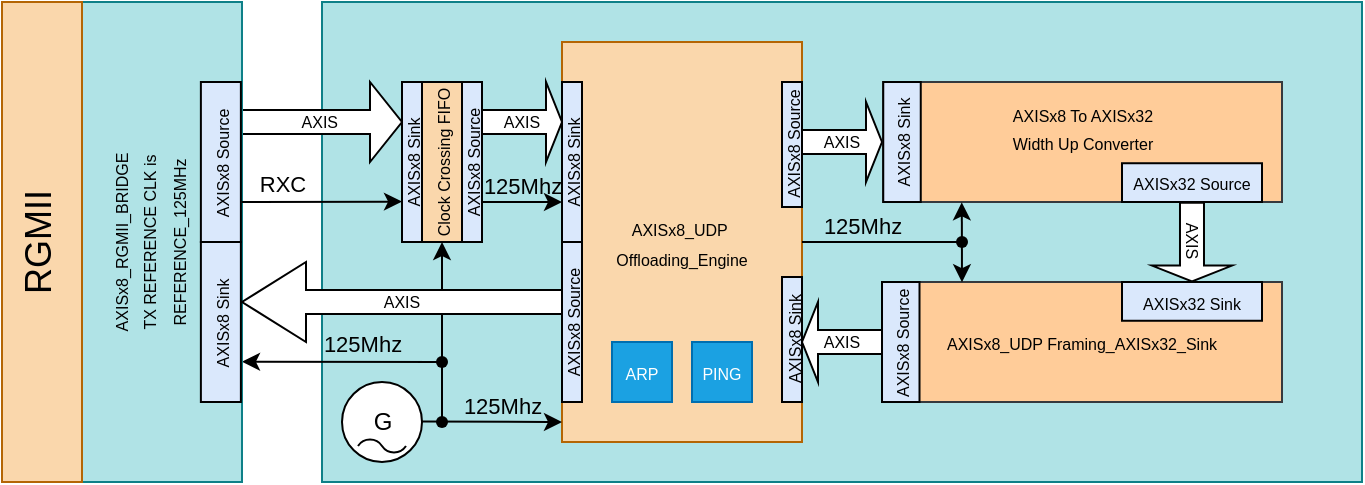
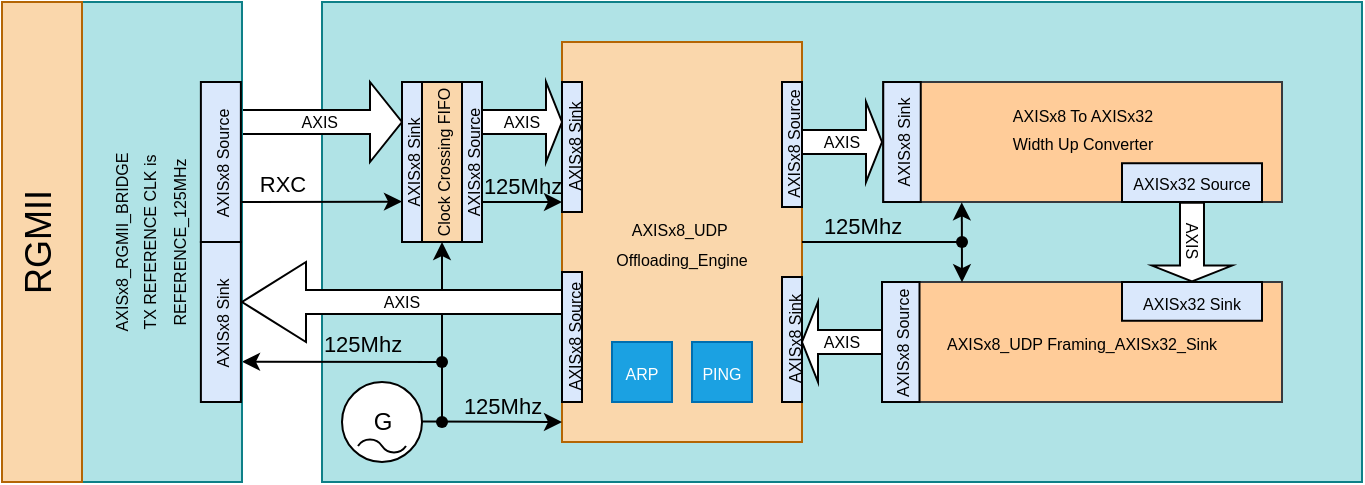
<mxfile host="Electron" agent="Mozilla/5.0 (Windows NT 10.0; Win64; x64) AppleWebKit/537.36 (KHTML, like Gecko) Chrome/147.0.0.0 Safari/537.36 OPR/131.0.0.0">
  <diagram name="Page-1" id="g0-s9DwC3oRhXUgsUFM5">
    <mxGraphModel dx="808" dy="485" grid="1" gridSize="10" guides="1" tooltips="1" connect="1" arrows="1" fold="1" page="1" pageScale="1" pageWidth="827" pageHeight="1169" math="0" shadow="0">
      <root>
        <mxCell id="0" />
        <mxCell id="1" parent="0" />
        <mxCell id="wT9U8shtDK8veMdne7O4-1" parent="1" style="rounded=0;whiteSpace=wrap;html=1;fillColor=#b0e3e6;strokeColor=#0e8088;" value="" vertex="1">
          <mxGeometry height="240" width="520" x="240" y="880" as="geometry" />
        </mxCell>
        <mxCell id="l-Vy5mzzBIYiazb95XEs-39" parent="1" style="shape=singleArrow;whiteSpace=wrap;html=1;fontSize=8;" value="AXIS&amp;nbsp;" vertex="1">
          <mxGeometry height="40" width="80" x="200" y="920" as="geometry" />
        </mxCell>
        <mxCell id="l-Vy5mzzBIYiazb95XEs-41" edge="1" parent="1" style="endArrow=classic;html=1;rounded=0;labelPosition=center;verticalLabelPosition=middle;align=center;verticalAlign=middle;" value="">
          <mxGeometry height="50" relative="1" width="50" as="geometry">
            <mxPoint x="300" y="1060" as="sourcePoint" />
            <mxPoint x="200" y="1059.85" as="targetPoint" />
          </mxGeometry>
        </mxCell>
        <mxCell id="l-Vy5mzzBIYiazb95XEs-42" parent="1" style="rounded=0;whiteSpace=wrap;html=1;fillColor=#b0e3e6;strokeColor=#0e8088;rotation=-90;" value="&lt;span style=&quot;font-size: 8px;&quot;&gt;AXISx8_RGMII_BRIDGE&lt;/span&gt;&lt;div&gt;&lt;span style=&quot;font-size: 8px;&quot;&gt;TX REFERENCE CLK is&lt;/span&gt;&lt;/div&gt;&lt;div&gt;&lt;span style=&quot;background-color: transparent; font-size: 8px;&quot;&gt;REFERENCE_125MHz&lt;/span&gt;&lt;/div&gt;&lt;div&gt;&lt;span style=&quot;background-color: transparent; font-size: 8px;&quot;&gt;&lt;br&gt;&lt;/span&gt;&lt;/div&gt;" vertex="1">
          <mxGeometry height="80" width="240" x="40" y="960" as="geometry" />
        </mxCell>
        <mxCell id="l-Vy5mzzBIYiazb95XEs-43" parent="1" style="rounded=0;whiteSpace=wrap;html=1;fillColor=#fad7ac;strokeColor=#b46504;" value="&lt;span style=&quot;font-size: 8px;&quot;&gt;AXISx8_UDP&amp;nbsp;&lt;/span&gt;&lt;div&gt;&lt;span style=&quot;font-size: 8px;&quot;&gt;Offloading_Engine&lt;/span&gt;&lt;/div&gt;" vertex="1">
          <mxGeometry height="200" width="120" x="360" y="900" as="geometry" />
        </mxCell>
        <mxCell id="l-Vy5mzzBIYiazb95XEs-44" parent="1" style="rounded=0;whiteSpace=wrap;html=1;fillColor=#ffcc99;strokeColor=#36393d;" value="&lt;span style=&quot;font-size: 8px;&quot;&gt;AXISx8_UDP Framing_AXISx32_Sink&lt;/span&gt;" vertex="1">
          <mxGeometry height="60" width="200" x="520" y="1020" as="geometry" />
        </mxCell>
        <mxCell id="l-Vy5mzzBIYiazb95XEs-45" parent="1" style="shape=singleArrow;whiteSpace=wrap;html=1;fontSize=8;" value="AXIS" vertex="1">
          <mxGeometry height="40" width="40" x="480" y="930" as="geometry" />
        </mxCell>
        <mxCell id="l-Vy5mzzBIYiazb95XEs-46" parent="1" style="shape=singleArrow;direction=west;whiteSpace=wrap;html=1;fontSize=8;" value="AXIS" vertex="1">
          <mxGeometry height="40" width="40" x="480" y="1030" as="geometry" />
        </mxCell>
        <mxCell id="l-Vy5mzzBIYiazb95XEs-51" parent="1" style="rounded=0;whiteSpace=wrap;html=1;textDirection=vertical-rl;rotation=-180;fillColor=#fad7ac;strokeColor=#b46504;fontSize=18;" value="RGMII" vertex="1">
          <mxGeometry height="240" width="40" x="80" y="880" as="geometry" />
        </mxCell>
        <mxCell id="l-Vy5mzzBIYiazb95XEs-52" edge="1" parent="1" style="endArrow=classic;html=1;rounded=0;exitX=1;exitY=0.4;exitDx=0;exitDy=0;exitPerimeter=0;labelPosition=center;verticalLabelPosition=top;align=center;verticalAlign=bottom;" value="">
          <mxGeometry height="50" relative="1" width="50" as="geometry">
            <Array as="points" />
            <mxPoint x="200" y="979.97" as="sourcePoint" />
            <mxPoint x="280" y="979.8" as="targetPoint" />
          </mxGeometry>
        </mxCell>
        <mxCell id="l-Vy5mzzBIYiazb95XEs-53" connectable="0" parent="l-Vy5mzzBIYiazb95XEs-52" style="edgeLabel;html=1;align=center;verticalAlign=bottom;resizable=0;points=[];labelBackgroundColor=none;labelBorderColor=none;labelPosition=center;verticalLabelPosition=top;" value="RXC" vertex="1">
          <mxGeometry relative="1" x="-0.695" y="-1" as="geometry">
            <mxPoint x="8" y="-1" as="offset" />
          </mxGeometry>
        </mxCell>
        <mxCell id="l-Vy5mzzBIYiazb95XEs-54" parent="1" style="rounded=0;whiteSpace=wrap;html=1;fillColor=#fad7ac;strokeColor=#000000;rotation=-90;" value="&lt;span style=&quot;font-size: 8px;&quot;&gt;Clock Crossing &lt;/span&gt;&lt;span style=&quot;color: light-dark(rgb(0, 0, 0), rgb(255, 255, 255)); background-color: transparent; font-size: 8px;&quot;&gt;FIFO&lt;/span&gt;" vertex="1">
          <mxGeometry height="20" width="80" x="260" y="950" as="geometry" />
        </mxCell>
        <mxCell id="l-Vy5mzzBIYiazb95XEs-55" parent="1" style="rounded=0;whiteSpace=wrap;html=1;fillColor=#dae8fc;strokeColor=#000000;rotation=-90;" value="&lt;span style=&quot;font-size: 8px;&quot;&gt;AXISx8&lt;/span&gt;&lt;span style=&quot;font-size: 8px;&quot;&gt; Sink&lt;/span&gt;" vertex="1">
          <mxGeometry height="10" width="80" x="245" y="955" as="geometry" />
        </mxCell>
        <mxCell id="l-Vy5mzzBIYiazb95XEs-56" parent="1" style="rounded=0;whiteSpace=wrap;html=1;fillColor=#dae8fc;strokeColor=#000000;rotation=-90;" value="&lt;span style=&quot;font-size: 8px;&quot;&gt;AXISx8 Source&lt;/span&gt;" vertex="1">
          <mxGeometry height="10" width="80" x="275" y="955" as="geometry" />
        </mxCell>
        <mxCell id="l-Vy5mzzBIYiazb95XEs-57" parent="1" style="shape=singleArrow;whiteSpace=wrap;html=1;fontSize=8;" value="AXIS" vertex="1">
          <mxGeometry height="40" width="40" x="320" y="920" as="geometry" />
        </mxCell>
        <mxCell id="l-Vy5mzzBIYiazb95XEs-58" edge="1" parent="1" style="endArrow=classic;html=1;rounded=0;exitX=1;exitY=0.4;exitDx=0;exitDy=0;exitPerimeter=0;labelPosition=center;verticalLabelPosition=top;align=center;verticalAlign=bottom;" value="">
          <mxGeometry height="50" relative="1" width="50" as="geometry">
            <Array as="points" />
            <mxPoint x="320" y="979.97" as="sourcePoint" />
            <mxPoint x="360" y="980" as="targetPoint" />
          </mxGeometry>
        </mxCell>
        <mxCell id="l-Vy5mzzBIYiazb95XEs-59" connectable="0" parent="1" style="edgeLabel;html=1;align=center;verticalAlign=bottom;resizable=0;points=[];labelBackgroundColor=none;labelBorderColor=none;labelPosition=center;verticalLabelPosition=top;fillColor=none;" value="&lt;span&gt;125Mhz&lt;/span&gt;" vertex="1">
          <mxGeometry x="340" y="980" as="geometry" />
        </mxCell>
        <mxCell id="l-Vy5mzzBIYiazb95XEs-60" connectable="0" parent="1" style="edgeLabel;html=1;align=center;verticalAlign=bottom;resizable=0;points=[];labelBackgroundColor=none;labelBorderColor=none;labelPosition=center;verticalLabelPosition=top;fillColor=none;" value="&lt;span&gt;125Mhz&lt;/span&gt;" vertex="1">
          <mxGeometry x="260" y="1059.85" as="geometry" />
        </mxCell>
        <mxCell id="l-Vy5mzzBIYiazb95XEs-61" parent="1" style="dashed=0;outlineConnect=0;align=center;html=1;shape=mxgraph.pid.engines.generator_(ac);fontSize=12;" value="G" vertex="1">
          <mxGeometry height="40" width="40" x="250" y="1070" as="geometry" />
        </mxCell>
        <mxCell id="l-Vy5mzzBIYiazb95XEs-62" parent="1" style="rounded=0;whiteSpace=wrap;html=1;fillColor=#dae8fc;strokeColor=#000000;rotation=-90;" value="&lt;span style=&quot;font-size: 8px;&quot;&gt;AXISx8&lt;/span&gt;&lt;span style=&quot;font-size: 8px;&quot;&gt;&amp;nbsp;Sink&lt;/span&gt;" vertex="1">
          <mxGeometry height="20" width="80" x="149.44" y="1030" as="geometry" />
        </mxCell>
        <mxCell id="l-Vy5mzzBIYiazb95XEs-63" parent="1" style="rounded=0;whiteSpace=wrap;html=1;fillColor=#dae8fc;strokeColor=#000000;rotation=-90;" value="&lt;span style=&quot;font-size: 8px;&quot;&gt;AXISx8 Source&lt;/span&gt;" vertex="1">
          <mxGeometry height="20" width="80" x="149.44" y="950" as="geometry" />
        </mxCell>
-         <mxCell id="l-Vy5mzzBIYiazb95XEs-64" parent="1" style="rounded=0;whiteSpace=wrap;html=1;fillColor=#dae8fc;strokeColor=#000000;rotation=-90;" value="&lt;span style=&quot;font-size: 8px;&quot;&gt;AXISx8&lt;/span&gt;&lt;span style=&quot;font-size: 8px;&quot;&gt; Sink&lt;/span&gt;" vertex="1">
-           <mxGeometry height="10" width="80" x="325" y="955" as="geometry" />
+         <mxCell id="l-Vy5mzzBIYiazb95XEs-64" parent="1" style="rounded=0;whiteSpace=wrap;html=1;fillColor=#dae8fc;strokeColor=#000000;rotation=-90;verticalAlign=middle;" value="&lt;span style=&quot;font-size: 8px;&quot;&gt;AXISx8&lt;/span&gt;&lt;span style=&quot;font-size: 8px;&quot;&gt; Sink&lt;/span&gt;" vertex="1">
+           <mxGeometry height="10" width="65" x="332.5" y="947.5" as="geometry" />
        </mxCell>
        <mxCell id="l-Vy5mzzBIYiazb95XEs-65" parent="1" style="rounded=0;whiteSpace=wrap;html=1;fillColor=#dae8fc;strokeColor=#000000;rotation=-90;" value="&lt;span style=&quot;font-size: 8px;&quot;&gt;AXISx8 Source&lt;/span&gt;" vertex="1">
-           <mxGeometry height="10" width="80" x="325" y="1035" as="geometry" />
+           <mxGeometry height="10" width="65" x="332.5" y="1042.5" as="geometry" />
        </mxCell>
        <mxCell id="l-Vy5mzzBIYiazb95XEs-66" parent="1" style="rounded=0;whiteSpace=wrap;html=1;fillColor=#dae8fc;strokeColor=#000000;rotation=-90;" value="&lt;span style=&quot;font-size: 8px;&quot;&gt;AXISx8 Source&lt;/span&gt;" vertex="1">
          <mxGeometry height="10" width="62.5" x="443.75" y="946.25" as="geometry" />
        </mxCell>
        <mxCell id="l-Vy5mzzBIYiazb95XEs-67" parent="1" style="rounded=0;whiteSpace=wrap;html=1;fillColor=#dae8fc;strokeColor=#000000;rotation=-90;" value="&lt;span style=&quot;font-size: 8px;&quot;&gt;AXISx8&lt;/span&gt;&lt;span style=&quot;font-size: 8px;&quot;&gt; Sink&lt;/span&gt;" vertex="1">
          <mxGeometry height="10" width="62.5" x="443.75" y="1043.75" as="geometry" />
        </mxCell>
        <mxCell id="l-Vy5mzzBIYiazb95XEs-68" connectable="0" parent="1" style="edgeLabel;html=1;align=center;verticalAlign=bottom;resizable=0;points=[];labelBackgroundColor=none;labelBorderColor=none;labelPosition=center;verticalLabelPosition=top;fillColor=none;" value="&lt;span&gt;125Mhz&lt;/span&gt;" vertex="1">
          <mxGeometry x="510" y="1000" as="geometry" />
        </mxCell>
        <mxCell id="l-Vy5mzzBIYiazb95XEs-69" edge="1" parent="1" style="endArrow=classic;html=1;rounded=0;exitX=1;exitY=0.4;exitDx=0;exitDy=0;exitPerimeter=0;" value="">
          <mxGeometry height="50" relative="1" width="50" as="geometry">
            <Array as="points" />
            <mxPoint x="290" y="1089.8" as="sourcePoint" />
            <mxPoint x="360" y="1090" as="targetPoint" />
          </mxGeometry>
        </mxCell>
        <mxCell id="l-Vy5mzzBIYiazb95XEs-70" connectable="0" parent="1" style="edgeLabel;html=1;align=center;verticalAlign=bottom;resizable=0;points=[];labelBackgroundColor=none;labelBorderColor=none;labelPosition=center;verticalLabelPosition=top;fillColor=none;" value="&lt;span&gt;125Mhz&lt;/span&gt;" vertex="1">
          <mxGeometry x="330" y="1090" as="geometry" />
        </mxCell>
        <mxCell id="l-Vy5mzzBIYiazb95XEs-71" edge="1" parent="1" source="l-Vy5mzzBIYiazb95XEs-76" style="endArrow=none;html=1;rounded=0;" value="">
          <mxGeometry height="50" relative="1" width="50" as="geometry">
            <mxPoint x="300" y="1090" as="sourcePoint" />
            <mxPoint x="300" y="1060" as="targetPoint" />
          </mxGeometry>
        </mxCell>
        <mxCell id="l-Vy5mzzBIYiazb95XEs-72" edge="1" parent="1" style="endArrow=none;html=1;rounded=0;" target="l-Vy5mzzBIYiazb95XEs-73" value="">
          <mxGeometry height="50" relative="1" width="50" as="geometry">
            <mxPoint x="300" y="1090" as="sourcePoint" />
            <mxPoint x="300" y="1060" as="targetPoint" />
          </mxGeometry>
        </mxCell>
        <mxCell id="l-Vy5mzzBIYiazb95XEs-73" parent="1" style="shape=waypoint;sketch=0;fillStyle=solid;size=6;pointerEvents=1;points=[];fillColor=none;resizable=0;rotatable=0;perimeter=centerPerimeter;snapToPoint=1;" value="" vertex="1">
          <mxGeometry height="20" width="20" x="290" y="1080" as="geometry" />
        </mxCell>
        <mxCell id="l-Vy5mzzBIYiazb95XEs-74" edge="1" parent="1" style="endArrow=classic;html=1;rounded=0;entryX=0;entryY=0.5;entryDx=0;entryDy=0;" target="l-Vy5mzzBIYiazb95XEs-54" value="">
          <mxGeometry height="50" relative="1" width="50" as="geometry">
            <Array as="points" />
            <mxPoint x="300" y="1060" as="sourcePoint" />
            <mxPoint x="380" y="1060.05" as="targetPoint" />
          </mxGeometry>
        </mxCell>
        <mxCell id="l-Vy5mzzBIYiazb95XEs-75" edge="1" parent="1" source="l-Vy5mzzBIYiazb95XEs-73" style="endArrow=none;html=1;rounded=0;" target="l-Vy5mzzBIYiazb95XEs-76" value="">
          <mxGeometry height="50" relative="1" width="50" as="geometry">
            <mxPoint x="300" y="1090" as="sourcePoint" />
            <mxPoint x="300" y="1060" as="targetPoint" />
          </mxGeometry>
        </mxCell>
        <mxCell id="l-Vy5mzzBIYiazb95XEs-76" parent="1" style="shape=waypoint;sketch=0;fillStyle=solid;size=6;pointerEvents=1;points=[];fillColor=none;resizable=0;rotatable=0;perimeter=centerPerimeter;snapToPoint=1;" value="" vertex="1">
          <mxGeometry height="20" width="20" x="290" y="1050" as="geometry" />
        </mxCell>
        <mxCell id="l-Vy5mzzBIYiazb95XEs-77" parent="1" style="shape=singleArrow;direction=west;whiteSpace=wrap;html=1;fontSize=8;" value="AXIS" vertex="1">
          <mxGeometry height="40" width="160" x="200" y="1010" as="geometry" />
        </mxCell>
        <mxCell id="l-Vy5mzzBIYiazb95XEs-78" parent="1" style="rounded=0;whiteSpace=wrap;html=1;fillColor=#dae8fc;strokeColor=#000000;rotation=-90;fontSize=12;" value="&lt;span style=&quot;font-size: 8px;&quot;&gt;AXISx8 Source&lt;/span&gt;" vertex="1">
          <mxGeometry height="18.75" width="60" x="499.38" y="1040.63" as="geometry" />
        </mxCell>
        <mxCell id="wT9U8shtDK8veMdne7O4-3" parent="1" style="rounded=0;whiteSpace=wrap;html=1;fillColor=#ffcc99;strokeColor=#36393d;" value="&lt;span style=&quot;font-size: 8px;&quot;&gt;AXISx8 To AXISx32&lt;/span&gt;&lt;div&gt;&lt;span style=&quot;font-size: 8px;&quot;&gt;&amp;nbsp;Width Up Converter&amp;nbsp;&lt;/span&gt;&lt;/div&gt;&lt;div&gt;&lt;span style=&quot;font-size: 8px;&quot;&gt;&lt;br&gt;&lt;/span&gt;&lt;/div&gt;" vertex="1">
          <mxGeometry height="60" width="199.38" x="520.62" y="920" as="geometry" />
        </mxCell>
        <mxCell id="wT9U8shtDK8veMdne7O4-4" parent="1" style="rounded=0;whiteSpace=wrap;html=1;fillColor=#dae8fc;strokeColor=#000000;rotation=-90;" value="&lt;span style=&quot;font-size: 8px;&quot;&gt;AXISx8&lt;/span&gt;&lt;span style=&quot;font-size: 8px;&quot;&gt; Sink&lt;/span&gt;" vertex="1">
          <mxGeometry height="18.75" width="60" x="500" y="940.6300000000001" as="geometry" />
        </mxCell>
        <mxCell id="wT9U8shtDK8veMdne7O4-5" parent="1" style="rounded=0;whiteSpace=wrap;html=1;fillColor=#dae8fc;strokeColor=#000000;rotation=0;" value="&lt;span style=&quot;font-size: 8px;&quot;&gt;AXISx32 Source&lt;/span&gt;" vertex="1">
          <mxGeometry height="19.38" width="70" x="640" y="960.62" as="geometry" />
        </mxCell>
        <mxCell id="wT9U8shtDK8veMdne7O4-9" parent="1" style="rounded=0;whiteSpace=wrap;html=1;fillColor=#dae8fc;strokeColor=#000000;rotation=0;" value="&lt;span style=&quot;font-size: 8px;&quot;&gt;AXISx32 Sink&lt;/span&gt;" vertex="1">
          <mxGeometry height="19.38" width="70" x="640" y="1020" as="geometry" />
        </mxCell>
        <mxCell id="wT9U8shtDK8veMdne7O4-14" edge="1" parent="1" style="endArrow=none;html=1;rounded=0;" value="">
          <mxGeometry height="50" relative="1" width="50" as="geometry">
            <mxPoint x="480" y="1000" as="sourcePoint" />
            <mxPoint x="560" y="1000" as="targetPoint" />
          </mxGeometry>
        </mxCell>
        <mxCell id="wT9U8shtDK8veMdne7O4-15" parent="1" style="shape=singleArrow;whiteSpace=wrap;html=1;rotation=90;fontSize=8;" value="AXIS" vertex="1">
          <mxGeometry height="40" width="39.37" x="655.3100000000001" y="980" as="geometry" />
        </mxCell>
        <mxCell id="wT9U8shtDK8veMdne7O4-16" edge="1" parent="1" source="wT9U8shtDK8veMdne7O4-3" style="endArrow=classic;html=1;rounded=0;exitX=0.197;exitY=1.003;exitDx=0;exitDy=0;exitPerimeter=0;entryX=0.2;entryY=0.002;entryDx=0;entryDy=0;entryPerimeter=0;endFill=1;startArrow=classic;startFill=1;" target="l-Vy5mzzBIYiazb95XEs-44" value="">
          <mxGeometry height="50" relative="1" width="50" as="geometry">
            <mxPoint x="560" y="989.68" as="sourcePoint" />
            <mxPoint x="560" y="1009.68" as="targetPoint" />
          </mxGeometry>
        </mxCell>
        <mxCell id="wT9U8shtDK8veMdne7O4-20" parent="1" style="shape=waypoint;sketch=0;fillStyle=solid;size=6;pointerEvents=1;points=[];fillColor=none;resizable=0;rotatable=0;perimeter=centerPerimeter;snapToPoint=1;" value="" vertex="1">
          <mxGeometry height="20" width="20" x="550" y="990" as="geometry" />
        </mxCell>
        <mxCell id="v1DrpxyldP5X3QPbAQ5r-1" parent="1" style="rounded=0;whiteSpace=wrap;html=1;fillColor=#1ba1e2;strokeColor=#006EAF;rotation=0;fontColor=#ffffff;" value="&lt;span style=&quot;font-size: 8px;&quot;&gt;PING&lt;/span&gt;" vertex="1">
          <mxGeometry height="30" width="30" x="425" y="1050" as="geometry" />
        </mxCell>
        <mxCell id="v1DrpxyldP5X3QPbAQ5r-2" parent="1" style="rounded=0;whiteSpace=wrap;html=1;fillColor=#1ba1e2;strokeColor=#006EAF;rotation=0;fontColor=#ffffff;" value="&lt;span style=&quot;font-size: 8px;&quot;&gt;ARP&lt;/span&gt;" vertex="1">
          <mxGeometry height="30" width="30" x="385" y="1050" as="geometry" />
        </mxCell>
      </root>
    </mxGraphModel>
  </diagram>
</mxfile>
